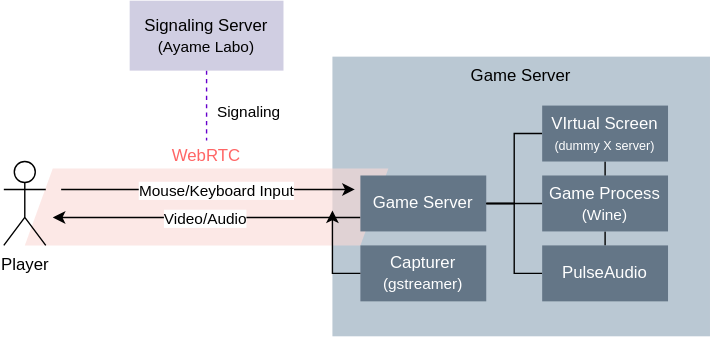
Earlier version of the draw.io export docs/gameplaying.drawio.svg (minakawa-daiki/mashimaro). Source tidied: cells renumbered, new cells last; positions are measured from the earlier drawing's top-left corner, leaving out a move shared by most shapes.
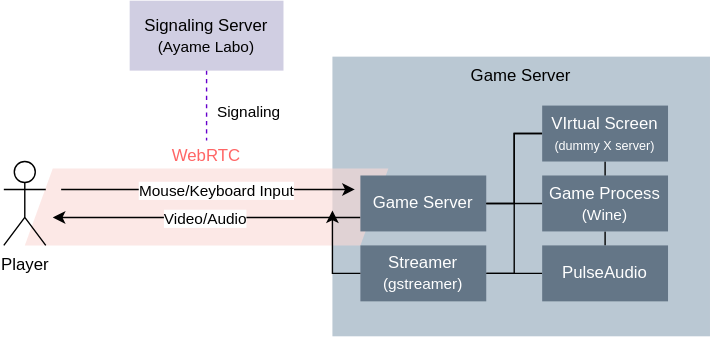
Later version of the same file.

What changed in the source:
```diff
@@ -32,7 +32,7 @@
     <mxCell id="9" style="edgeStyle=orthogonalEdgeStyle;rounded=0;sketch=0;jettySize=auto;html=1;exitX=1;exitY=0.5;exitDx=0;exitDy=0;endArrow=none;endFill=0;strokeColor=#000000;fillColor=#A8DADC;fontColor=#000000;" parent="1" edge="1" source="11" target="13">
       <mxGeometry relative="1" as="geometry" />
     </mxCell>
-    <mxCell id="10" style="edgeStyle=orthogonalEdgeStyle;rounded=0;sketch=0;jettySize=auto;html=1;exitX=1;exitY=0.5;exitDx=0;exitDy=0;entryX=0;entryY=0.5;entryDx=0;entryDy=0;endArrow=none;endFill=0;strokeColor=#000000;fillColor=#A8DADC;fontColor=#000000;" parent="1" edge="1" source="11" target="14">
+    <mxCell id="10" style="edgeStyle=orthogonalEdgeStyle;rounded=0;sketch=0;jettySize=auto;html=1;exitX=1;exitY=0.5;exitDx=0;exitDy=0;entryX=0;entryY=0.5;entryDx=0;entryDy=0;endArrow=none;endFill=0;strokeColor=#000000;fillColor=#A8DADC;fontColor=#000000;" parent="1" edge="1" source="20" target="14">
       <mxGeometry relative="1" as="geometry" />
     </mxCell>
     <mxCell id="11" value="Game Server" style="rounded=0;whiteSpace=wrap;html=1;fillColor=#647687;fontColor=#ffffff;strokeColor=none;" parent="1" vertex="1">
@@ -53,6 +53,9 @@
     <mxCell id="16" style="edgeStyle=orthogonalEdgeStyle;rounded=0;sketch=0;jettySize=auto;html=1;exitX=0;exitY=0.5;exitDx=0;exitDy=0;entryX=1;entryY=0.5;entryDx=0;entryDy=0;endArrow=none;endFill=0;fillColor=#A8DADC;fontColor=#000000;strokeColor=#000000;" parent="1" edge="1" source="17" target="11">
       <mxGeometry relative="1" as="geometry" />
     </mxCell>
+    <mxCell id="22" style="edgeStyle=orthogonalEdgeStyle;rounded=0;jettySize=auto;html=1;exitX=0;exitY=0.5;exitDx=0;exitDy=0;entryX=1;entryY=0.5;entryDx=0;entryDy=0;endArrow=none;endFill=0;" parent="1" edge="1" source="17" target="20">
+      <mxGeometry relative="1" as="geometry" />
+    </mxCell>
     <mxCell id="17" value="VIrtual Screen&lt;br&gt;&lt;font style=&quot;font-size: 9px&quot;&gt;(dummy X server)&lt;/font&gt;" style="rounded=0;whiteSpace=wrap;html=1;fillColor=#647687;fontColor=#ffffff;strokeColor=none;" parent="1" vertex="1">
       <mxGeometry x="385" y="75" width="90" height="40" as="geometry" />
     </mxCell>
@@ -67,7 +70,7 @@
         <mxPoint x="-17" as="offset" />
       </mxGeometry>
     </mxCell>
-    <mxCell id="20" value="Capturer&lt;br&gt;&lt;font style=&quot;font-size: 11px&quot;&gt;(gstreamer)&lt;/font&gt;" style="rounded=0;whiteSpace=wrap;html=1;fillColor=#647687;fontColor=#ffffff;strokeColor=none;" parent="1" vertex="1">
+    <mxCell id="20" value="Streamer&lt;br&gt;&lt;font style=&quot;font-size: 11px&quot;&gt;(gstreamer)&lt;/font&gt;" style="rounded=0;whiteSpace=wrap;html=1;fillColor=#647687;fontColor=#ffffff;strokeColor=none;" parent="1" vertex="1">
       <mxGeometry x="255" y="175" width="90" height="40" as="geometry" />
     </mxCell>
     <mxCell id="21" style="edgeStyle=orthogonalEdgeStyle;rounded=0;jettySize=auto;html=1;exitX=0;exitY=0.5;exitDx=0;exitDy=0;endArrow=classic;endFill=1;" parent="1" edge="1" source="20">
```
